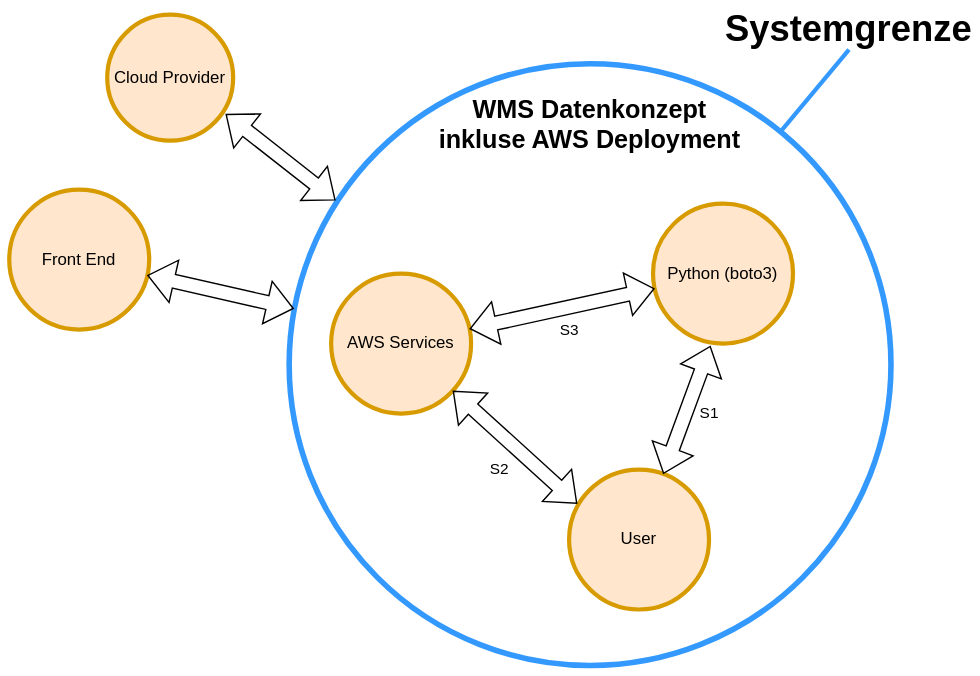
Earlier version of the draw.io export bilder/Systemgrenzen.drawio.svg (blro-ep/ITCNE23-SEM-III). Source tidied: cells renumbered, new cells last; positions are measured from the earlier drawing's top-left corner, leaving out a move shared by most shapes. Source of this version:
```xml
<mxGraphModel>
  <root>
    <mxCell id="0" />
    <mxCell id="1" parent="0" />
    <mxCell id="2" value="&lt;h1&gt;&lt;/h1&gt;&lt;h2 style=&quot;font-size: 18px;&quot; class=&quot;splunk2-h3&quot;&gt;&lt;div style=&quot;&quot;&gt;WMS Datenkonzept&lt;br&gt;inkluse AWS Deployment&lt;/div&gt;&lt;/h2&gt;" style="ellipse;whiteSpace=wrap;html=1;strokeWidth=4;strokeColor=#3399FF;align=center;verticalAlign=top;" parent="1" vertex="1">
      <mxGeometry x="200" y="40" width="430" height="430" as="geometry" />
    </mxCell>
    <mxCell id="3" value="Cloud Provider" style="ellipse;whiteSpace=wrap;html=1;fillColor=#ffe6cc;strokeColor=#d79b00;strokeWidth=3;shadow=0;" parent="1" vertex="1">
      <mxGeometry x="70" y="5" width="90" height="90" as="geometry" />
    </mxCell>
    <mxCell id="4" value="Front End" style="ellipse;whiteSpace=wrap;html=1;fillColor=#ffe6cc;strokeColor=#d79b00;strokeWidth=3;" parent="1" vertex="1">
      <mxGeometry y="130" width="100" height="100" as="geometry" />
    </mxCell>
    <mxCell id="5" style="shape=flexArrow;endArrow=classic;startArrow=classic;html=1;rounded=0;entryX=0.94;entryY=0.789;entryDx=0;entryDy=0;entryPerimeter=0;exitX=0.077;exitY=0.227;exitDx=0;exitDy=0;exitPerimeter=0;" parent="1" edge="1" source="2" target="3">
      <mxGeometry relative="1" as="geometry" />
    </mxCell>
    <mxCell id="6" style="shape=flexArrow;endArrow=classic;startArrow=classic;html=1;rounded=0;entryX=0.986;entryY=0.612;entryDx=0;entryDy=0;entryPerimeter=0;exitX=0.008;exitY=0.407;exitDx=0;exitDy=0;exitPerimeter=0;" parent="1" edge="1" source="2" target="4">
      <mxGeometry relative="1" as="geometry" />
    </mxCell>
    <mxCell id="7" value="&lt;font size=&quot;1&quot; style=&quot;&quot;&gt;&lt;b style=&quot;font-size: 26px;&quot;&gt;Systemgrenze&lt;/b&gt;&lt;/font&gt;" style="text;html=1;strokeColor=none;fillColor=none;align=center;verticalAlign=middle;whiteSpace=wrap;rounded=0;" parent="1" vertex="1">
      <mxGeometry x="520" width="160" height="30" as="geometry" />
    </mxCell>
    <mxCell id="8" style="endArrow=none;html=1;rounded=0;entryX=0.5;entryY=1;entryDx=0;entryDy=0;exitX=0.819;exitY=0.11;exitDx=0;exitDy=0;exitPerimeter=0;strokeColor=#3399FF;strokeWidth=3;" parent="1" edge="1" source="2" target="7">
      <mxGeometry relative="1" as="geometry" />
    </mxCell>
    <mxCell id="9" value="&lt;br&gt;" style="edgeLabel;html=1;align=center;verticalAlign=middle;" parent="8" vertex="1">
      <mxGeometry x="-0.23" y="-3" relative="1" as="geometry" />
    </mxCell>
    <mxCell id="10" value="Python (boto3)" style="ellipse;whiteSpace=wrap;html=1;fillColor=#ffe6cc;strokeColor=#d79b00;strokeWidth=3;" parent="1" vertex="1">
      <mxGeometry x="460" y="140" width="100" height="100" as="geometry" />
    </mxCell>
    <mxCell id="11" value="AWS Services" style="ellipse;whiteSpace=wrap;html=1;fillColor=#ffe6cc;strokeColor=#d79b00;strokeWidth=3;" parent="1" vertex="1">
      <mxGeometry x="230" y="190" width="100" height="100" as="geometry" />
    </mxCell>
    <mxCell id="12" value="S3" style="shape=flexArrow;endArrow=classic;startArrow=classic;html=1;rounded=0;verticalAlign=middle;" parent="1" edge="1" source="11" target="10">
      <mxGeometry x="0.03" y="-16" relative="1" as="geometry" />
    </mxCell>
    <mxCell id="13" value="User" style="ellipse;whiteSpace=wrap;html=1;fillColor=#ffe6cc;strokeColor=#d79b00;strokeWidth=3;" parent="1" vertex="1">
      <mxGeometry x="400" y="330" width="100" height="100" as="geometry" />
    </mxCell>
    <mxCell id="14" value="S1" style="shape=flexArrow;endArrow=classic;startArrow=classic;html=1;rounded=0;verticalAlign=middle;entryX=0.41;entryY=1.016;entryDx=0;entryDy=0;entryPerimeter=0;" parent="1" edge="1" source="13" target="10">
      <mxGeometry x="0.06" y="-16" relative="1" as="geometry" />
    </mxCell>
    <mxCell id="15" value="S2" style="shape=flexArrow;endArrow=classic;startArrow=classic;html=1;rounded=0;verticalAlign=middle;entryX=0.058;entryY=0.244;entryDx=0;entryDy=0;entryPerimeter=0;" parent="1" edge="1" source="11" target="13">
      <mxGeometry x="0.04" y="-19" relative="1" as="geometry">
        <mxPoint y="1" as="offset" />
      </mxGeometry>
    </mxCell>
  </root>
</mxGraphModel>
```
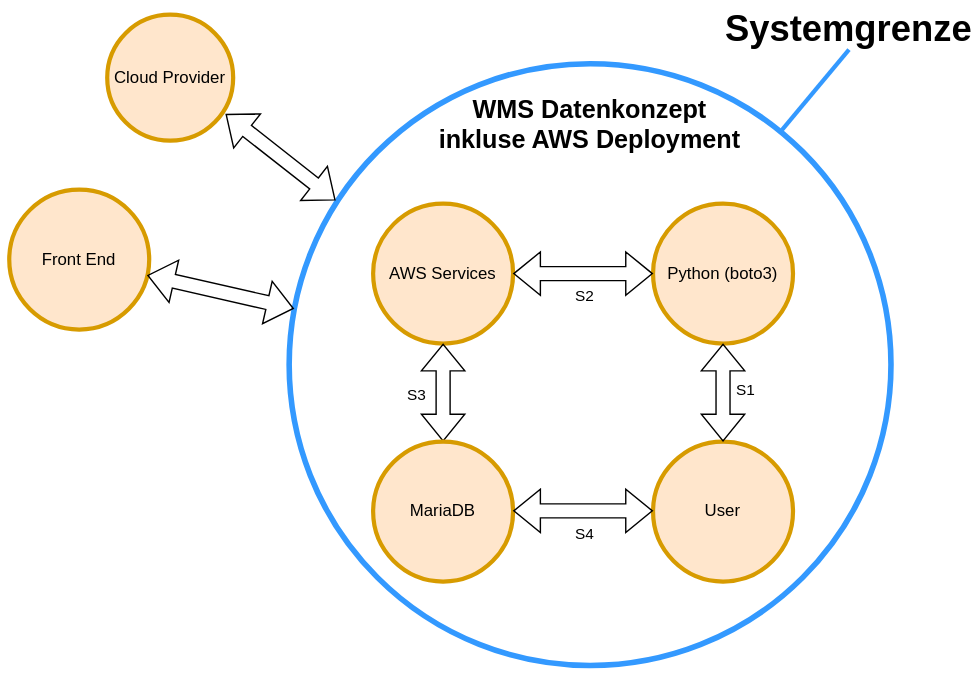
After the change.

The edit, as a diff of the source:
```diff
@@ -30,21 +30,30 @@
       <mxGeometry x="460" y="140" width="100" height="100" as="geometry" />
     </mxCell>
     <mxCell id="11" value="AWS Services" style="ellipse;whiteSpace=wrap;html=1;fillColor=#ffe6cc;strokeColor=#d79b00;strokeWidth=3;" parent="1" vertex="1">
-      <mxGeometry x="230" y="190" width="100" height="100" as="geometry" />
+      <mxGeometry x="260" y="140" width="100" height="100" as="geometry" />
     </mxCell>
-    <mxCell id="12" value="S3" style="shape=flexArrow;endArrow=classic;startArrow=classic;html=1;rounded=0;verticalAlign=middle;" parent="1" edge="1" source="11" target="10">
+    <mxCell id="12" value="S2" style="shape=flexArrow;endArrow=classic;startArrow=classic;html=1;rounded=0;verticalAlign=middle;" parent="1" edge="1" source="11" target="10">
       <mxGeometry x="0.03" y="-16" relative="1" as="geometry" />
     </mxCell>
     <mxCell id="13" value="User" style="ellipse;whiteSpace=wrap;html=1;fillColor=#ffe6cc;strokeColor=#d79b00;strokeWidth=3;" parent="1" vertex="1">
-      <mxGeometry x="400" y="330" width="100" height="100" as="geometry" />
+      <mxGeometry x="460" y="310" width="100" height="100" as="geometry" />
     </mxCell>
-    <mxCell id="14" value="S1" style="shape=flexArrow;endArrow=classic;startArrow=classic;html=1;rounded=0;verticalAlign=middle;entryX=0.41;entryY=1.016;entryDx=0;entryDy=0;entryPerimeter=0;" parent="1" edge="1" source="13" target="10">
+    <mxCell id="14" value="S1" style="shape=flexArrow;endArrow=classic;startArrow=classic;html=1;rounded=0;verticalAlign=middle;entryX=0.5;entryY=1;entryDx=0;entryDy=0;" parent="1" edge="1" source="13" target="10">
       <mxGeometry x="0.06" y="-16" relative="1" as="geometry" />
     </mxCell>
-    <mxCell id="15" value="S2" style="shape=flexArrow;endArrow=classic;startArrow=classic;html=1;rounded=0;verticalAlign=middle;entryX=0.058;entryY=0.244;entryDx=0;entryDy=0;entryPerimeter=0;" parent="1" edge="1" source="11" target="13">
+    <mxCell id="15" value="S3" style="shape=flexArrow;endArrow=classic;startArrow=classic;html=1;rounded=0;verticalAlign=middle;" parent="1" edge="1" source="11" target="16">
       <mxGeometry x="0.04" y="-19" relative="1" as="geometry">
         <mxPoint y="1" as="offset" />
       </mxGeometry>
     </mxCell>
+    <mxCell id="16" value="MariaDB" style="ellipse;whiteSpace=wrap;html=1;fillColor=#ffe6cc;strokeColor=#d79b00;strokeWidth=3;" parent="1" vertex="1">
+      <mxGeometry x="260" y="310" width="100" height="100" as="geometry" />
+    </mxCell>
+    <mxCell id="17" value="S4" style="shape=flexArrow;endArrow=classic;startArrow=classic;html=1;rounded=0;verticalAlign=middle;" parent="1" edge="1">
+      <mxGeometry x="0.03" y="-16" relative="1" as="geometry">
+        <mxPoint x="360" y="359.5" as="sourcePoint" />
+        <mxPoint x="460" y="359.5" as="targetPoint" />
+      </mxGeometry>
+    </mxCell>
   </root>
 </mxGraphModel>
```
